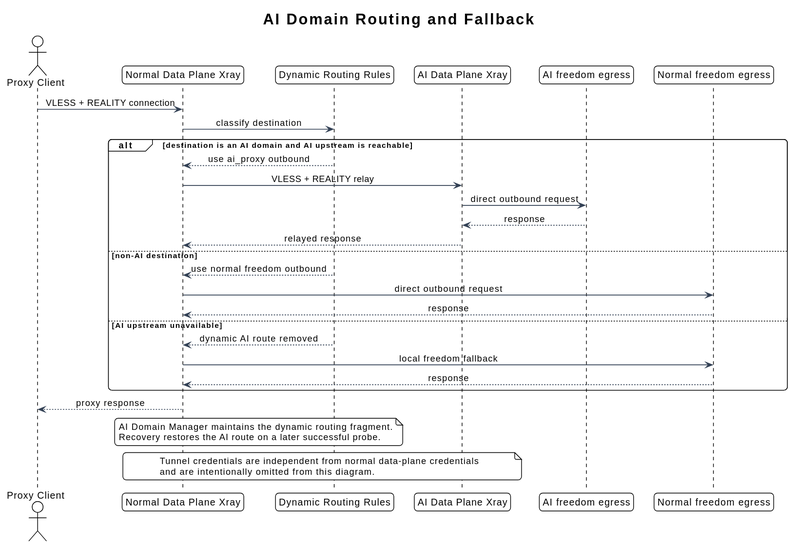
Before: docs/diagrams/ai-routing-flow.svg, a diagram exported from PlantUML (i-zrhe2016/ai-routing-panel).
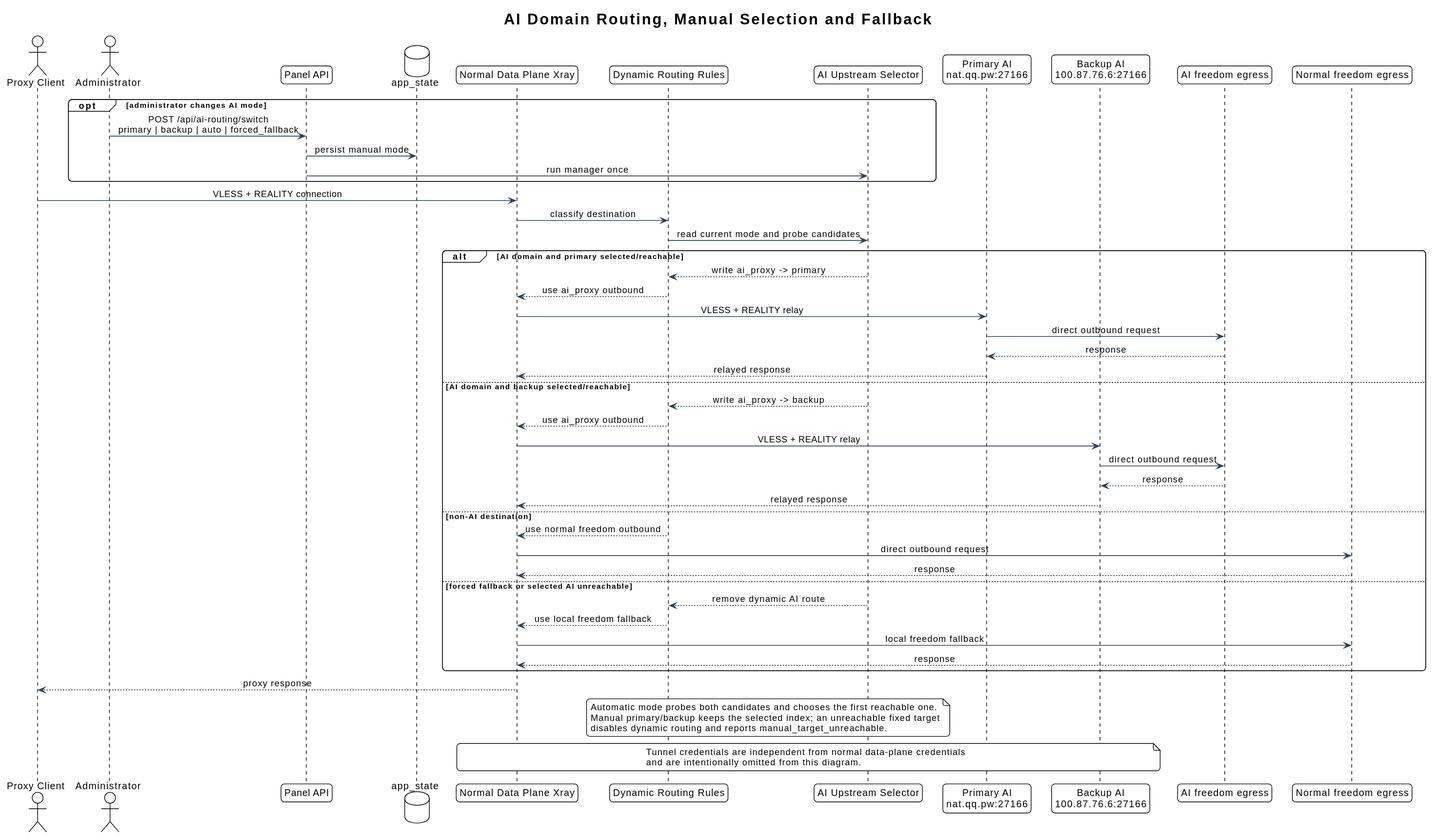
The same diagram one commit later.

Diff of the diagram source:
```diff
@@ -9,42 +9,64 @@
 skinparam sequenceMessageAlign center
 skinparam responseMessageBelowArrow true
 
-title AI Domain Routing and Fallback
+title AI Domain Routing, Manual Selection and Fallback
 
 actor "Proxy Client" as client
+actor "Administrator" as admin
+participant "Panel API" as panel
+database "app_state" as state
 participant "Normal Data Plane Xray" as normal
 participant "Dynamic Routing Rules" as rules
-participant "AI Data Plane Xray" as ai
+participant "AI Upstream Selector" as selector
+participant "Primary AI\nnat.qq.pw:27166" as primary
+participant "Backup AI\n100.87.76.6:27166" as backup
 participant "AI freedom egress" as egress
 participant "Normal freedom egress" as fallback
 
+opt administrator changes AI mode
+  admin -> panel : POST /api/ai-routing/switch\nprimary | backup | auto | forced_fallback
+  panel -> state : persist manual mode
+  panel -> selector : run manager once
+end
+
 client -> normal : VLESS + REALITY connection
 normal -> rules : classify destination
+rules -> selector : read current mode and probe candidates
 
-alt destination is an AI domain and AI upstream is reachable
+alt AI domain and primary selected/reachable
+  selector --> rules : write ai_proxy -> primary
   rules --> normal : use ai_proxy outbound
-  normal -> ai : VLESS + REALITY relay
-  ai -> egress : direct outbound request
-  egress --> ai : response
-  ai --> normal : relayed response
+  normal -> primary : VLESS + REALITY relay
+  primary -> egress : direct outbound request
+  egress --> primary : response
+  primary --> normal : relayed response
+else AI domain and backup selected/reachable
+  selector --> rules : write ai_proxy -> backup
+  rules --> normal : use ai_proxy outbound
+  normal -> backup : VLESS + REALITY relay
+  backup -> egress : direct outbound request
+  egress --> backup : response
+  backup --> normal : relayed response
 else non-AI destination
   rules --> normal : use normal freedom outbound
   normal -> fallback : direct outbound request
   fallback --> normal : response
-else AI upstream unavailable
-  rules --> normal : dynamic AI route removed
+else forced fallback or selected AI unreachable
+  selector --> rules : remove dynamic AI route
+  rules --> normal : use local freedom fallback
   normal -> fallback : local freedom fallback
   fallback --> normal : response
 end
 
 normal --> client : proxy response
 
-note over normal,rules
-  AI Domain Manager maintains the dynamic routing fragment.
-  Recovery restores the AI route on a later successful probe.
+note over selector,rules
+  Automatic mode probes both candidates and chooses the first reachable one.
+  Manual primary/backup keeps the selected index; an unreachable fixed target
+  disables dynamic routing and reports manual_target_unreachable.
 end note
 
-note over normal,ai
+note over normal,backup
   Tunnel credentials are independent from normal data-plane credentials
   and are intentionally omitted from this diagram.
 end note
```
